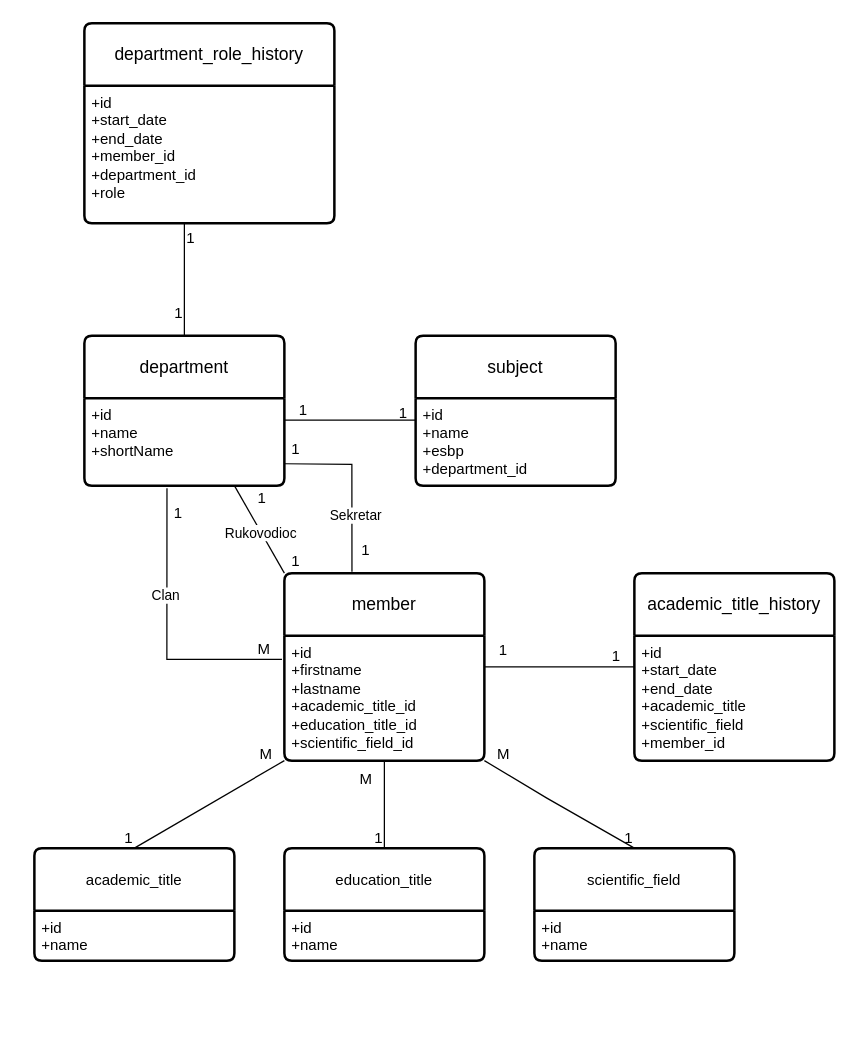
Above: master/NST - Sprijng app.drawio in Djordje1998/draw.io (draw.io), before the change. Source tidied: cells renumbered, new cells numbered last; positions are measured from the earlier drawing's top-left corner, leaving out a move shared by most shapes. Both pictures are drawn from the tidied source at 125%, with x=0, y=0 at pixel (34, 22).
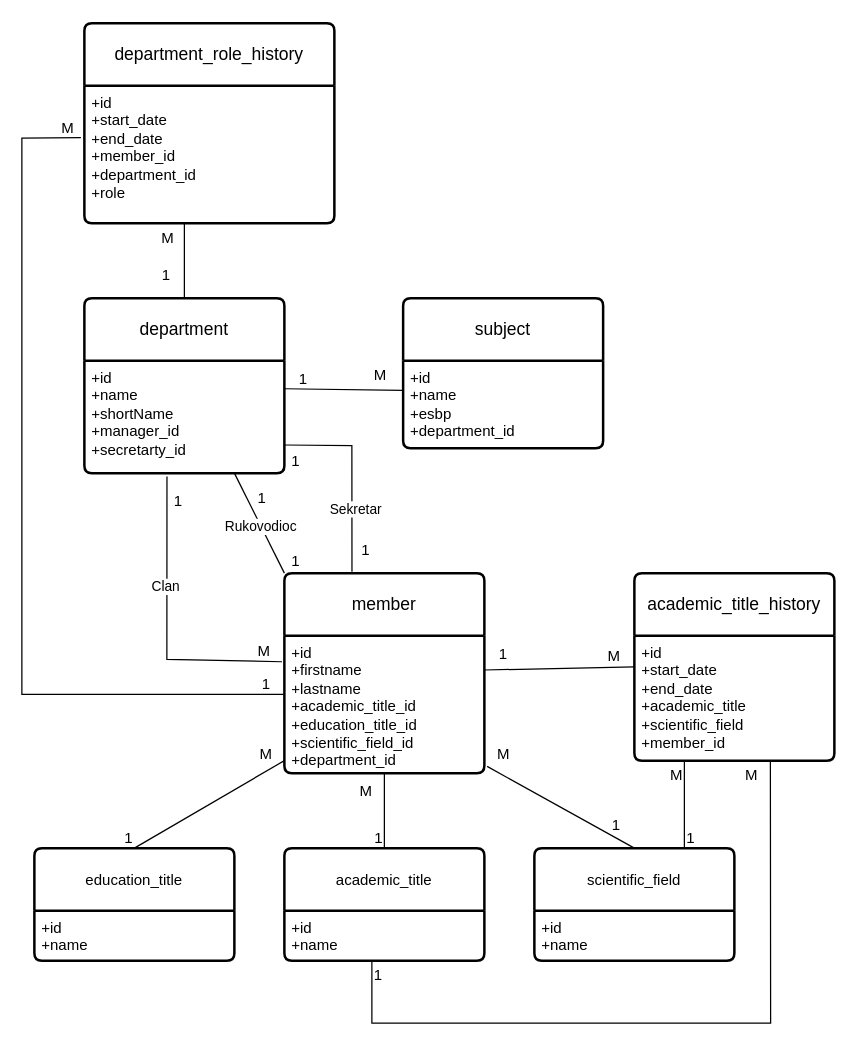
After the change.

The change refers to these unchanged cells:
```xml
<mxCell id="5" value="+id&lt;br&gt;+name&lt;br&gt;+esbp&lt;div&gt;+department_id&lt;/div&gt;" style="align=left;strokeColor=none;fillColor=none;spacingLeft=4;fontSize=12;verticalAlign=top;html=1;" parent="4" vertex="1">
  <mxGeometry y="50" width="160" height="70" as="geometry" />
</mxCell>
<mxCell id="12" value="&lt;span style=&quot;font-size: 12px; text-align: left; text-wrap: nowrap;&quot;&gt;scientific_field&lt;/span&gt;" style="swimlane;horizontal=1;startSize=50;rounded=1;fontSize=14;fontStyle=0;strokeWidth=2;shadow=0;dashed=0;align=center;arcSize=4;whiteSpace=wrap;html=1;" parent="1" vertex="1">
  <mxGeometry x="400" y="660" width="160" height="90" as="geometry" />
</mxCell>
<mxCell id="15" value="+id&lt;br&gt;+start_date&lt;br&gt;+end_date&lt;div&gt;+academic_title&lt;/div&gt;&lt;div&gt;+scientific_field&lt;/div&gt;&lt;div&gt;+member_id&lt;/div&gt;" style="align=left;strokeColor=none;fillColor=none;spacingLeft=4;fontSize=12;verticalAlign=top;html=1;" parent="14" vertex="1">
  <mxGeometry y="50" width="160" height="100" as="geometry" />
</mxCell>
<mxCell id="22" value="&lt;span style=&quot;text-align: right;&quot;&gt;M&lt;/span&gt;" style="text;html=1;align=center;verticalAlign=middle;points=[];strokeColor=none;fillColor=none;" parent="1" vertex="1">
  <mxGeometry x="360" y="570" width="30" height="30" as="geometry" />
</mxCell>
<mxCell id="31" style="endArrow=none;html=1;rounded=0;exitX=1;exitY=0.25;exitDx=0;exitDy=0;entryX=0;entryY=0.5;entryDx=0;entryDy=0;" parent="1" edge="1" source="7" target="14">
  <mxGeometry relative="1" as="geometry" />
</mxCell>
<mxCell id="39" value="&lt;div&gt;+id&lt;/div&gt;+start_date&lt;br&gt;+end_date&lt;br&gt;+member_id&lt;div&gt;+department_id&lt;br&gt;&lt;div&gt;+role&lt;/div&gt;&lt;/div&gt;" style="align=left;strokeColor=none;fillColor=none;spacingLeft=4;fontSize=12;verticalAlign=top;html=1;" parent="38" vertex="1">
  <mxGeometry y="50" width="200" height="110" as="geometry" />
</mxCell>
<mxCell id="45" style="endArrow=none;html=1;rounded=0;entryX=0.5;entryY=0;entryDx=0;entryDy=0;" parent="1" edge="1" target="2">
  <mxGeometry relative="1" as="geometry">
    <mxPoint x="120" y="160" as="sourcePoint" />
  </mxGeometry>
</mxCell>
```

The edit, as a diff of the source:
```diff
@@
     <mxCell id="2" value="department" style="swimlane;horizontal=1;startSize=50;rounded=1;fontSize=14;fontStyle=0;strokeWidth=2;shadow=0;dashed=0;align=center;arcSize=4;whiteSpace=wrap;html=1;" parent="1" vertex="1">
-      <mxGeometry x="40" y="250" width="160" height="120" as="geometry" />
+      <mxGeometry x="40" y="220" width="160" height="140" as="geometry" />
     </mxCell>
-    <mxCell id="3" value="+id&lt;br&gt;+name&lt;br&gt;+shortName" style="align=left;strokeColor=none;fillColor=none;spacingLeft=4;fontSize=12;verticalAlign=top;html=1;" parent="2" vertex="1">
-      <mxGeometry y="50" width="160" height="70" as="geometry" />
+    <mxCell id="3" value="+id&lt;br&gt;+name&lt;br&gt;+shortName&lt;div&gt;+manager_id&lt;/div&gt;&lt;div&gt;+secretarty_id&lt;/div&gt;" style="align=left;strokeColor=none;fillColor=none;spacingLeft=4;fontSize=12;verticalAlign=top;html=1;" parent="2" vertex="1">
+      <mxGeometry y="50" width="160" height="90" as="geometry" />
     </mxCell>
     <mxCell id="4" value="subject" style="swimlane;horizontal=1;startSize=50;rounded=1;fontSize=14;fontStyle=0;strokeWidth=2;shadow=0;dashed=0;align=center;arcSize=4;whiteSpace=wrap;html=1;" parent="1" vertex="1">
-      <mxGeometry x="305" y="250" width="160" height="120" as="geometry" />
+      <mxGeometry x="295" y="220" width="160" height="120" as="geometry" />
     </mxCell>
@@
     <mxCell id="6" value="member" style="swimlane;horizontal=1;startSize=50;rounded=1;fontSize=14;fontStyle=0;strokeWidth=2;shadow=0;dashed=0;align=center;arcSize=4;whiteSpace=wrap;html=1;" parent="1" vertex="1">
-      <mxGeometry x="200" y="440" width="160" height="150" as="geometry" />
+      <mxGeometry x="200" y="440" width="160" height="160" as="geometry" />
     </mxCell>
-    <mxCell id="7" value="+id&lt;br&gt;+firstname&lt;br&gt;+lastname&lt;div&gt;+academic_title_id&lt;/div&gt;&lt;div&gt;+education_title_id&lt;/div&gt;&lt;div&gt;+scientific_field_id&lt;/div&gt;" style="align=left;strokeColor=none;fillColor=none;spacingLeft=4;fontSize=12;verticalAlign=top;html=1;" parent="6" vertex="1">
-      <mxGeometry y="50" width="160" height="100" as="geometry" />
+    <mxCell id="7" value="+id&lt;br&gt;+firstname&lt;br&gt;+lastname&lt;div&gt;+academic_title_id&lt;/div&gt;&lt;div&gt;+education_title_id&lt;/div&gt;&lt;div&gt;+scientific_field_id&lt;/div&gt;&lt;div&gt;+department_id&lt;/div&gt;" style="align=left;strokeColor=none;fillColor=none;spacingLeft=4;fontSize=12;verticalAlign=top;html=1;" parent="6" vertex="1">
+      <mxGeometry y="50" width="160" height="110" as="geometry" />
     </mxCell>
-    <mxCell id="8" value="&lt;span style=&quot;font-size: 12px; text-align: left; text-wrap: nowrap;&quot;&gt;academic_title&lt;/span&gt;" style="swimlane;horizontal=1;startSize=50;rounded=1;fontSize=14;fontStyle=0;strokeWidth=2;shadow=0;dashed=0;align=center;arcSize=4;whiteSpace=wrap;html=1;" parent="1" vertex="1">
+    <mxCell id="8" value="&lt;span style=&quot;font-size: 12px; text-align: left; text-wrap: nowrap;&quot;&gt;education_title&lt;/span&gt;" style="swimlane;horizontal=1;startSize=50;rounded=1;fontSize=14;fontStyle=0;strokeWidth=2;shadow=0;dashed=0;align=center;arcSize=4;whiteSpace=wrap;html=1;" parent="1" vertex="1">
       <mxGeometry y="660" width="160" height="90" as="geometry" />
     </mxCell>
@@
-    <mxCell id="10" value="&lt;span style=&quot;font-size: 12px; text-align: left; text-wrap: nowrap;&quot;&gt;education_title&lt;/span&gt;" style="swimlane;horizontal=1;startSize=50;rounded=1;fontSize=14;fontStyle=0;strokeWidth=2;shadow=0;dashed=0;align=center;arcSize=4;whiteSpace=wrap;html=1;" parent="1" vertex="1">
+    <mxCell id="10" value="&lt;span style=&quot;font-size: 12px; text-align: left; text-wrap: nowrap;&quot;&gt;academic_title&lt;/span&gt;" style="swimlane;horizontal=1;startSize=50;rounded=1;fontSize=14;fontStyle=0;strokeWidth=2;shadow=0;dashed=0;align=center;arcSize=4;whiteSpace=wrap;html=1;" parent="1" vertex="1">
       <mxGeometry x="200" y="660" width="160" height="90" as="geometry" />
     </mxCell>
@@
-    <mxCell id="16" style="endArrow=none;html=1;rounded=0;entryX=0.5;entryY=0;entryDx=0;entryDy=0;exitX=0;exitY=1;exitDx=0;exitDy=0;" parent="1" edge="1" source="7" target="8">
-      <mxGeometry relative="1" as="geometry" />
+    <mxCell id="16" style="endArrow=none;html=1;rounded=0;entryX=0.5;entryY=0;entryDx=0;entryDy=0;" parent="1" edge="1" target="8">
+      <mxGeometry relative="1" as="geometry">
+        <mxPoint x="200" y="590" as="sourcePoint" />
+      </mxGeometry>
     </mxCell>
@@
-    <mxCell id="20" style="endArrow=none;html=1;rounded=0;entryX=0.5;entryY=0;entryDx=0;entryDy=0;exitX=1;exitY=1;exitDx=0;exitDy=0;" parent="1" edge="1" source="7" target="12">
-      <mxGeometry relative="1" as="geometry">
-        <Array as="points">
-          <mxPoint x="410" y="620" />
-        </Array>
-      </mxGeometry>
+    <mxCell id="20" style="endArrow=none;html=1;rounded=0;entryX=0.5;entryY=0;entryDx=0;entryDy=0;exitX=0.074;exitY=0.821;exitDx=0;exitDy=0;exitPerimeter=0;" parent="1" edge="1" source="22" target="12">
+      <mxGeometry relative="1" as="geometry" />
     </mxCell>
     <mxCell id="21" value="1" style="html=1;whiteSpace=wrap;align=right;verticalAlign=bottom;" parent="20" vertex="1">
-      <mxGeometry x="1" relative="1" as="geometry" />
+      <mxGeometry x="1" relative="1" as="geometry">
+        <mxPoint x="-10" y="-10" as="offset" />
+      </mxGeometry>
     </mxCell>
@@
     <mxCell id="23" value="&lt;span style=&quot;text-align: right;&quot;&gt;M&lt;/span&gt;" style="text;html=1;align=center;verticalAlign=middle;strokeColor=none;fillColor=none;" parent="1" vertex="1">
-      <mxGeometry x="250" y="590" width="30" height="30" as="geometry" />
+      <mxGeometry x="250" y="600" width="30" height="30" as="geometry" />
     </mxCell>
@@
-    <mxCell id="29" style="endArrow=none;html=1;rounded=0;exitX=1;exitY=0.25;exitDx=0;exitDy=0;entryX=0;entryY=0.25;entryDx=0;entryDy=0;" parent="1" edge="1" source="3" target="5">
+    <mxCell id="29" style="endArrow=none;html=1;rounded=0;exitX=1;exitY=0.25;exitDx=0;exitDy=0;entryX=-0.001;entryY=0.341;entryDx=0;entryDy=0;entryPerimeter=0;" parent="1" edge="1" source="3" target="5">
       <mxGeometry relative="1" as="geometry" />
     </mxCell>
@@
-    <mxCell id="33" value="1" style="html=1;whiteSpace=wrap;align=right;verticalAlign=bottom;" parent="31" vertex="1">
+    <mxCell id="33" value="M" style="html=1;whiteSpace=wrap;align=right;verticalAlign=bottom;" parent="31" vertex="1">
       <mxGeometry x="1" relative="1" as="geometry">
         <mxPoint x="-10" as="offset" />
       </mxGeometry>
     </mxCell>
@@
     <mxCell id="36" style="endArrow=none;html=1;rounded=0;exitX=1;exitY=0.75;exitDx=0;exitDy=0;entryX=0.338;entryY=-0.007;entryDx=0;entryDy=0;entryPerimeter=0;" parent="1" edge="1" source="3" target="6">
       <mxGeometry relative="1" as="geometry">
         <Array as="points">
-          <mxPoint x="254" y="353" />
+          <mxPoint x="254" y="338" />
         </Array>
       </mxGeometry>
     </mxCell>
@@
-    <mxCell id="40" value="1" style="html=1;whiteSpace=wrap;align=left;verticalAlign=bottom;" parent="1" vertex="1">
-      <mxGeometry x="290" y="320" as="geometry" />
+    <mxCell id="40" value="M" style="html=1;whiteSpace=wrap;align=left;verticalAlign=bottom;" parent="1" vertex="1">
+      <mxGeometry x="270" y="290" as="geometry" />
     </mxCell>
     <mxCell id="41" value="1" style="html=1;whiteSpace=wrap;align=left;verticalAlign=bottom;" parent="1" vertex="1">
-      <mxGeometry x="220" y="330" as="geometry">
+      <mxGeometry x="220" y="340" as="geometry">
         <mxPoint x="-16" y="19" as="offset" />
       </mxGeometry>
     </mxCell>
@@
-    <mxCell id="46" value="1" style="html=1;whiteSpace=wrap;align=left;verticalAlign=bottom;" parent="45" vertex="1">
+    <mxCell id="46" value="M" style="html=1;whiteSpace=wrap;align=left;verticalAlign=bottom;" parent="45" vertex="1">
       <mxGeometry x="-1" relative="1" as="geometry">
-        <mxPoint y="20" as="offset" />
+        <mxPoint x="-20" y="20" as="offset" />
       </mxGeometry>
     </mxCell>
     <mxCell id="47" value="1" style="html=1;whiteSpace=wrap;align=right;verticalAlign=bottom;" parent="45" vertex="1">
       <mxGeometry x="1" relative="1" as="geometry">
-        <mxPoint y="-10" as="offset" />
+        <mxPoint x="-10" y="-10" as="offset" />
       </mxGeometry>
     </mxCell>
+    <mxCell id="48" style="endArrow=none;html=1;rounded=0;exitX=-0.014;exitY=0.378;exitDx=0;exitDy=0;exitPerimeter=0;entryX=-0.004;entryY=0.428;entryDx=0;entryDy=0;entryPerimeter=0;" parent="1" edge="1" source="39" target="7">
+      <mxGeometry relative="1" as="geometry">
+        <Array as="points">
+          <mxPoint x="-10" y="92" />
+          <mxPoint x="-10" y="537" />
+        </Array>
+      </mxGeometry>
+    </mxCell>
+    <mxCell id="49" value="M" style="html=1;whiteSpace=wrap;align=left;verticalAlign=bottom;" parent="48" vertex="1">
+      <mxGeometry x="-1" relative="1" as="geometry">
+        <mxPoint x="-17" as="offset" />
+      </mxGeometry>
+    </mxCell>
+    <mxCell id="50" value="1" style="html=1;whiteSpace=wrap;align=right;verticalAlign=bottom;" parent="48" vertex="1">
+      <mxGeometry x="1" relative="1" as="geometry">
+        <mxPoint x="-10" as="offset" />
+      </mxGeometry>
+    </mxCell>
+    <mxCell id="51" style="endArrow=none;html=1;rounded=0;entryX=0.68;entryY=1.008;entryDx=0;entryDy=0;entryPerimeter=0;" parent="1" edge="1" target="15">
+      <mxGeometry relative="1" as="geometry">
+        <mxPoint x="270" y="750" as="sourcePoint" />
+        <Array as="points">
+          <mxPoint x="270" y="800" />
+          <mxPoint x="589" y="800" />
+        </Array>
+      </mxGeometry>
+    </mxCell>
+    <mxCell id="52" value="1" style="html=1;whiteSpace=wrap;align=left;verticalAlign=bottom;" parent="51" vertex="1">
+      <mxGeometry x="-1" relative="1" as="geometry">
+        <mxPoint y="20" as="offset" />
+      </mxGeometry>
+    </mxCell>
+    <mxCell id="53" value="M" style="html=1;whiteSpace=wrap;align=right;verticalAlign=bottom;" parent="51" vertex="1">
+      <mxGeometry x="1" relative="1" as="geometry">
+        <mxPoint x="-9" y="19" as="offset" />
+      </mxGeometry>
+    </mxCell>
+    <mxCell id="54" style="endArrow=none;html=1;rounded=0;exitX=0.75;exitY=0;exitDx=0;exitDy=0;entryX=0.25;entryY=1;entryDx=0;entryDy=0;" parent="1" edge="1" source="12" target="15">
+      <mxGeometry relative="1" as="geometry" />
+    </mxCell>
+    <mxCell id="55" value="1" style="html=1;whiteSpace=wrap;align=left;verticalAlign=bottom;" parent="54" vertex="1">
+      <mxGeometry x="-1" relative="1" as="geometry" />
+    </mxCell>
+    <mxCell id="56" value="M" style="html=1;whiteSpace=wrap;align=right;verticalAlign=bottom;" parent="54" vertex="1">
+      <mxGeometry x="1" relative="1" as="geometry">
+        <mxPoint y="20" as="offset" />
+      </mxGeometry>
+    </mxCell>
```
